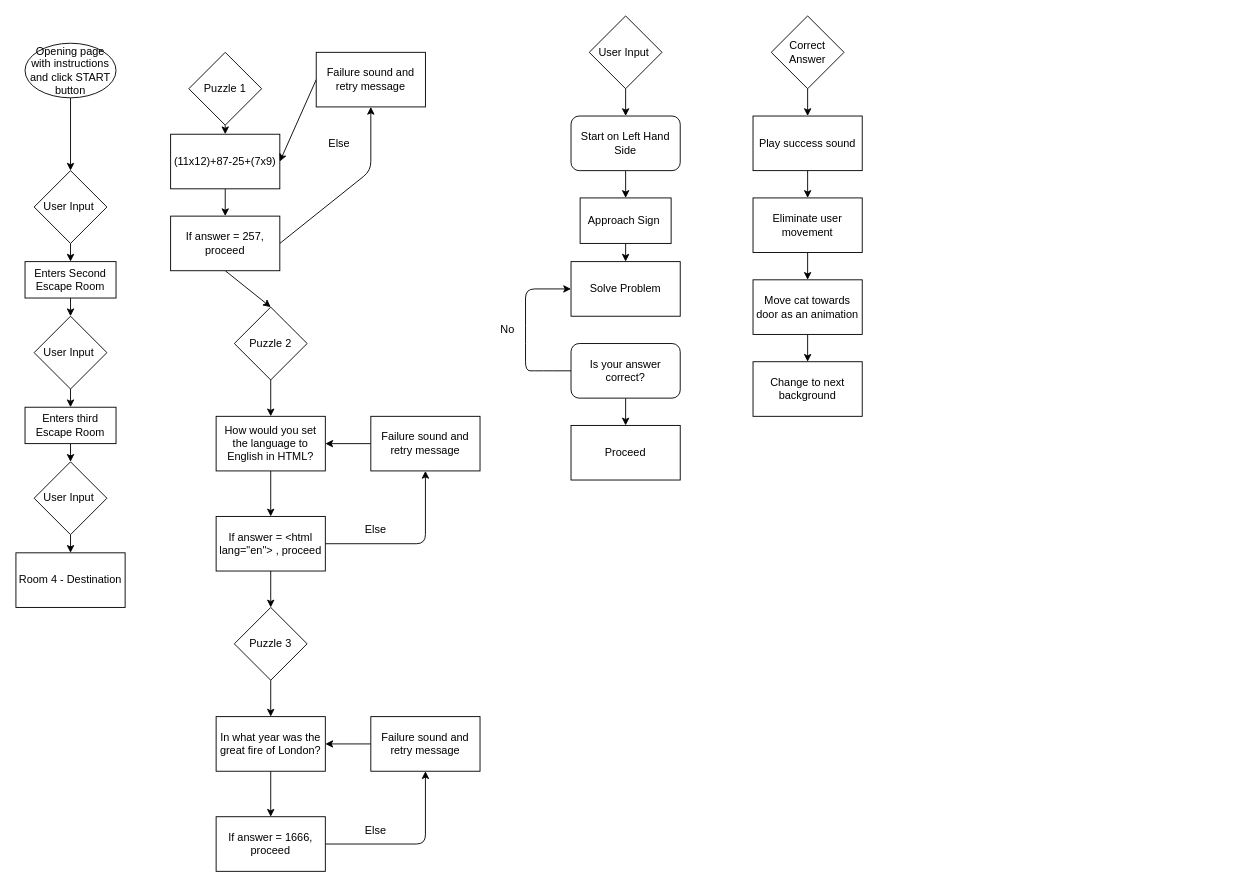
Above: escaperoom.drawio in SchoolOfCode/escape-room-hackathon-room-17 (draw.io), before the change. Source tidied: cells renumbered, new cells numbered last; positions are measured from the earlier drawing's top-left corner, leaving out a move shared by most shapes. Both pictures are drawn from the tidied source at 91%, with x=0, y=0 at pixel (15, 15).
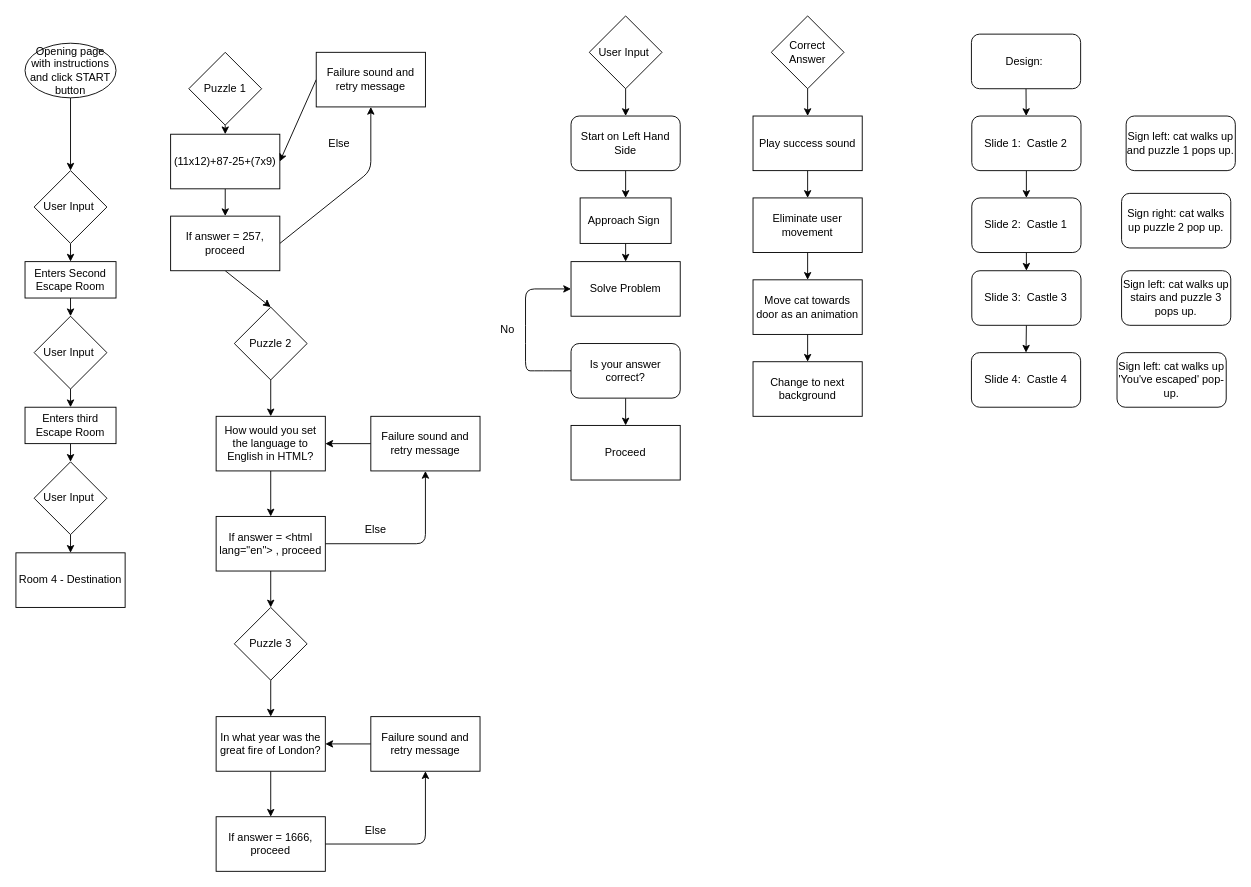
Above is the later version.

What changed in the source:
```diff
@@
+    <mxCell id="65" style="edgeStyle=none;html=1;exitX=0.5;exitY=1;exitDx=0;exitDy=0;" parent="1" edge="1" source="66" target="68">
+      <mxGeometry relative="1" as="geometry" />
+    </mxCell>
+    <mxCell id="66" value="Design:&amp;nbsp;" style="rounded=1;whiteSpace=wrap;html=1;" parent="1" vertex="1">
+      <mxGeometry x="1050" y="20" width="120" height="60" as="geometry" />
+    </mxCell>
+    <mxCell id="67" style="edgeStyle=none;html=1;exitX=0.5;exitY=1;exitDx=0;exitDy=0;entryX=0.5;entryY=0;entryDx=0;entryDy=0;" parent="1" edge="1" source="68" target="70">
+      <mxGeometry relative="1" as="geometry" />
+    </mxCell>
+    <mxCell id="68" value="Slide 1:&amp;nbsp; Castle 2" style="rounded=1;whiteSpace=wrap;html=1;" parent="1" vertex="1">
+      <mxGeometry x="1050.4" y="110" width="120" height="60" as="geometry" />
+    </mxCell>
+    <mxCell id="69" style="edgeStyle=none;html=1;exitX=0.5;exitY=1;exitDx=0;exitDy=0;entryX=0.5;entryY=0;entryDx=0;entryDy=0;" parent="1" edge="1" source="70" target="72">
+      <mxGeometry relative="1" as="geometry" />
+    </mxCell>
+    <mxCell id="70" value="Slide 2:&amp;nbsp; Castle 1" style="rounded=1;whiteSpace=wrap;html=1;" parent="1" vertex="1">
+      <mxGeometry x="1050.4" y="200" width="120" height="60" as="geometry" />
+    </mxCell>
+    <mxCell id="71" style="edgeStyle=none;html=1;exitX=0.5;exitY=1;exitDx=0;exitDy=0;entryX=0.5;entryY=0;entryDx=0;entryDy=0;" parent="1" edge="1" source="72" target="73">
+      <mxGeometry relative="1" as="geometry" />
+    </mxCell>
+    <mxCell id="72" value="Slide 3:&amp;nbsp; Castle 3" style="rounded=1;whiteSpace=wrap;html=1;" parent="1" vertex="1">
+      <mxGeometry x="1050.4" y="280" width="120" height="60" as="geometry" />
+    </mxCell>
+    <mxCell id="73" value="Slide 4:&amp;nbsp; Castle 4" style="rounded=1;whiteSpace=wrap;html=1;" parent="1" vertex="1">
+      <mxGeometry x="1050" y="370" width="120" height="60" as="geometry" />
+    </mxCell>
+    <mxCell id="74" value="Sign left: cat walks up and puzzle 1 pops up." style="rounded=1;whiteSpace=wrap;html=1;" parent="1" vertex="1">
+      <mxGeometry x="1220" y="110" width="120" height="60" as="geometry" />
+    </mxCell>
+    <mxCell id="75" value="Sign right: cat walks up puzzle 2 pop up." style="rounded=1;whiteSpace=wrap;html=1;" parent="1" vertex="1">
+      <mxGeometry x="1215" y="195" width="120" height="60" as="geometry" />
+    </mxCell>
+    <mxCell id="76" value="Sign left: cat walks up stairs and puzzle 3 pops up." style="rounded=1;whiteSpace=wrap;html=1;" parent="1" vertex="1">
+      <mxGeometry x="1215" y="280" width="120" height="60" as="geometry" />
+    </mxCell>
+    <mxCell id="77" value="Sign left: cat walks up 'You've escaped' pop-up." style="rounded=1;whiteSpace=wrap;html=1;" parent="1" vertex="1">
+      <mxGeometry x="1210" y="370" width="120" height="60" as="geometry" />
+    </mxCell>
```
